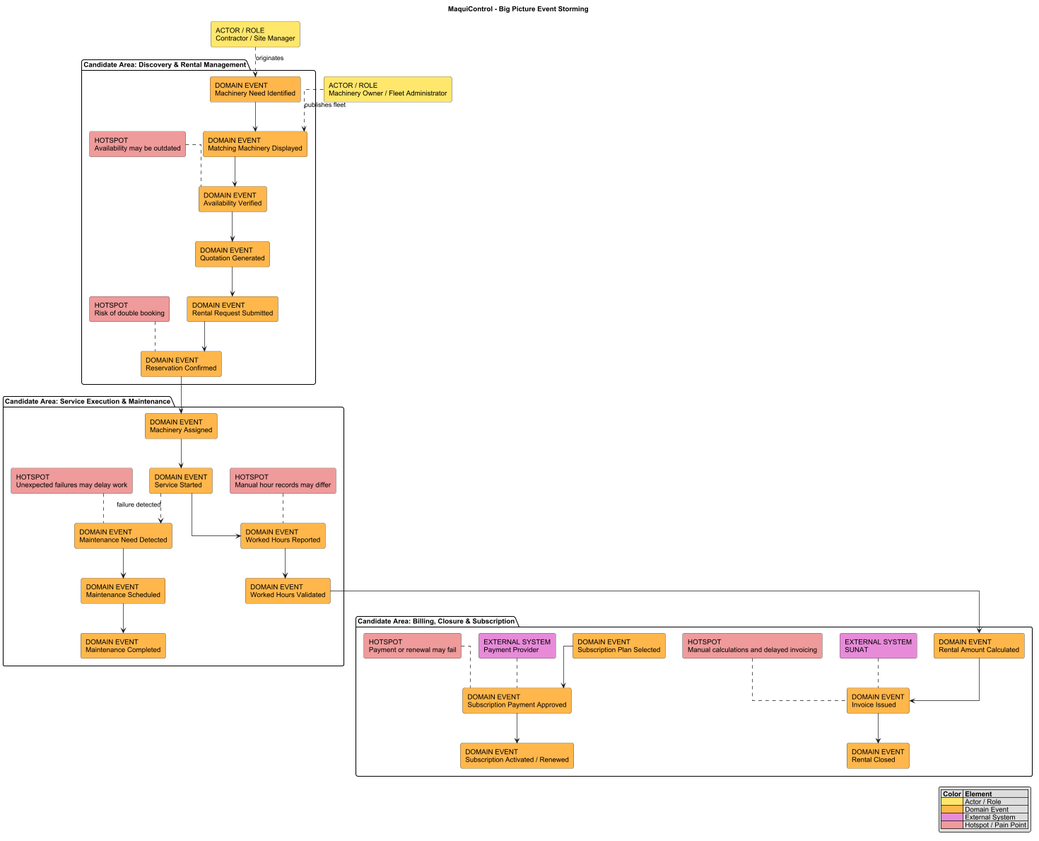
Above: assets/big-picture-event-storming.png in upc-pre-202620-1asi0729-7750-heavytech/maquicontrol-report (PlantUML), before the change. Its source is kept beside it as docs/architecture/event-storming/big-picture-event-storming.puml.
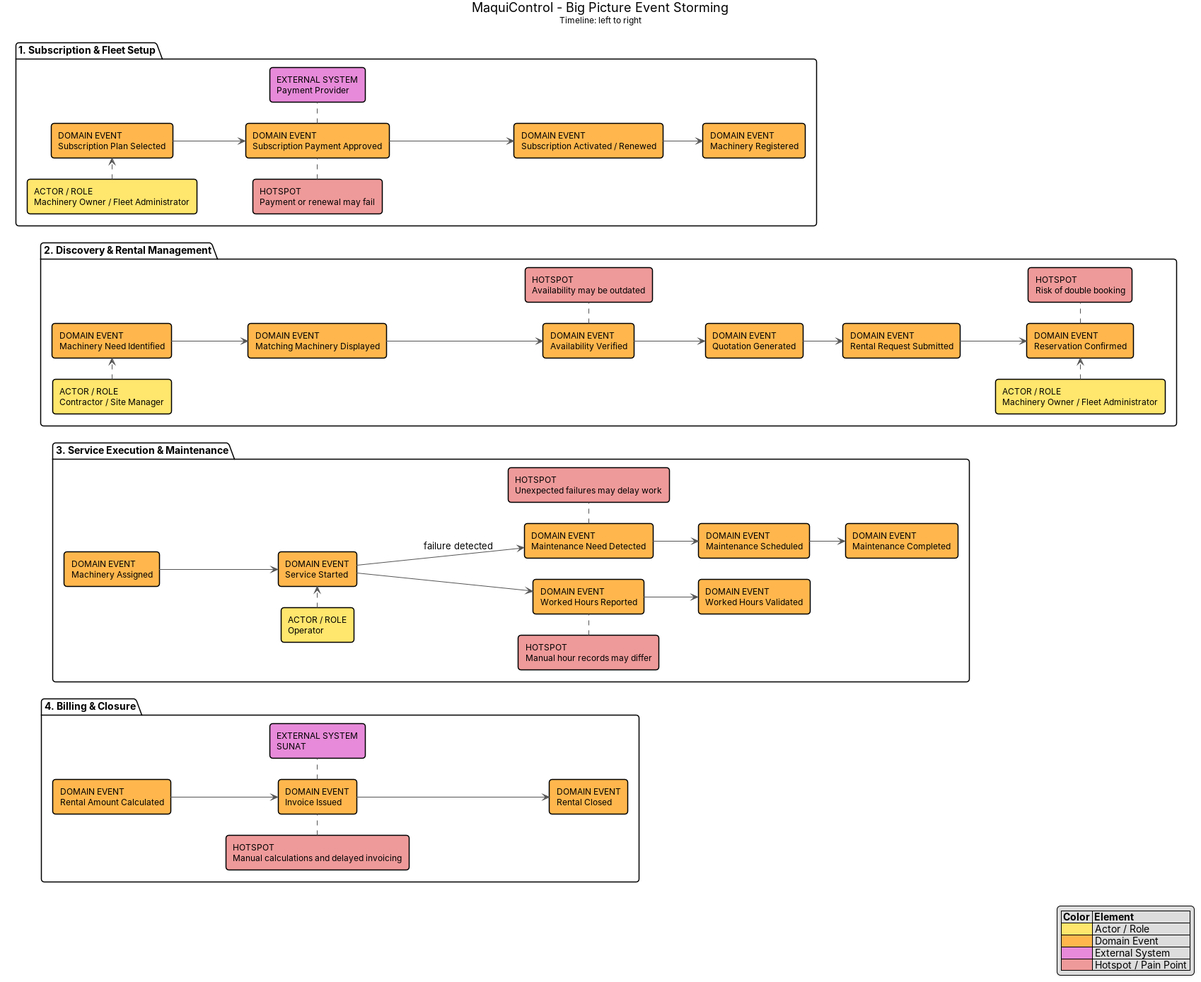
The same diagram one commit later.

The edit, as a diff of the source:
```diff
@@ -1,28 +1,26 @@
 @startuml
-title MaquiControl - Big Picture Event Storming
+title MaquiControl - Big Picture Event Storming\n<size:12>Timeline: left to right</size>
 
-top to bottom direction
+left to right direction
 skinparam shadowing false
 skinparam roundcorner 8
 skinparam defaultFontName Arial
-skinparam linetype ortho
+skinparam rectangleFontSize 12
+skinparam ArrowColor #555555
+skinparam nodesep 30
+skinparam ranksep 40
 
-rectangle "ACTOR / ROLE\nContractor / Site Manager" as ACT_CONTRACTOR #FFE66D
-rectangle "ACTOR / ROLE\nMachinery Owner / Fleet Administrator" as ACT_OWNER #FFE66D
 
-package "Candidate Area: Discovery & Rental Management" {
-  rectangle "DOMAIN EVENT\nMachinery Need Identified" as EVT_NEED #FFB74D
-  rectangle "DOMAIN EVENT\nMatching Machinery Displayed" as EVT_MATCHED #FFB74D
-  rectangle "DOMAIN EVENT\nAvailability Verified" as EVT_AVAILABLE #FFB74D
-  rectangle "DOMAIN EVENT\nQuotation Generated" as EVT_QUOTED #FFB74D
-  rectangle "DOMAIN EVENT\nRental Request Submitted" as EVT_REQUESTED #FFB74D
-  rectangle "DOMAIN EVENT\nReservation Confirmed" as EVT_RESERVED #FFB74D
-
-  rectangle "HOTSPOT\nAvailability may be outdated" as HOT_AVAILABILITY #EF9A9A
-  rectangle "HOTSPOT\nRisk of double booking" as HOT_DOUBLE #EF9A9A
+package "4. Billing & Closure" {
+  rectangle "DOMAIN EVENT\nRental Amount Calculated" as EVT_AMOUNT #FFB74D
+  rectangle "DOMAIN EVENT\nInvoice Issued" as EVT_INVOICE #FFB74D
+  rectangle "DOMAIN EVENT\nRental Closed" as EVT_CLOSED #FFB74D
+  rectangle "EXTERNAL SYSTEM\nSUNAT" as EXT_SUNAT #E78AD9
+  rectangle "HOTSPOT\nManual calculations and delayed invoicing" as HOT_INVOICE #EF9A9A
 }
 
-package "Candidate Area: Service Execution & Maintenance" {
+package "3. Service Execution & Maintenance" {
+  rectangle "ACTOR / ROLE\nOperator" as ACT_OPERATOR #FFE66D
   rectangle "DOMAIN EVENT\nMachinery Assigned" as EVT_ASSIGNED #FFB74D
   rectangle "DOMAIN EVENT\nService Started" as EVT_STARTED #FFB74D
   rectangle "DOMAIN EVENT\nWorked Hours Reported" as EVT_HOURS_REPORTED #FFB74D
@@ -30,58 +28,65 @@
   rectangle "DOMAIN EVENT\nMaintenance Need Detected" as EVT_MAINTENANCE_NEED #FFB74D
   rectangle "DOMAIN EVENT\nMaintenance Scheduled" as EVT_MAINTENANCE_SCHEDULED #FFB74D
   rectangle "DOMAIN EVENT\nMaintenance Completed" as EVT_MAINTENANCE_COMPLETED #FFB74D
-
   rectangle "HOTSPOT\nManual hour records may differ" as HOT_HOURS #EF9A9A
   rectangle "HOTSPOT\nUnexpected failures may delay work" as HOT_FAILURE #EF9A9A
 }
 
-package "Candidate Area: Billing, Closure & Subscription" {
-  rectangle "DOMAIN EVENT\nRental Amount Calculated" as EVT_AMOUNT #FFB74D
-  rectangle "DOMAIN EVENT\nInvoice Issued" as EVT_INVOICE #FFB74D
-  rectangle "DOMAIN EVENT\nRental Closed" as EVT_CLOSED #FFB74D
+package "2. Discovery & Rental Management" {
+  rectangle "ACTOR / ROLE\nMachinery Owner / Fleet Administrator" as ACT_OWNER_2 #FFE66D
+  rectangle "ACTOR / ROLE\nContractor / Site Manager" as ACT_CONTRACTOR #FFE66D
+  rectangle "DOMAIN EVENT\nMachinery Need Identified" as EVT_NEED #FFB74D
+  rectangle "DOMAIN EVENT\nMatching Machinery Displayed" as EVT_MATCHED #FFB74D
+  rectangle "DOMAIN EVENT\nAvailability Verified" as EVT_AVAILABLE #FFB74D
+  rectangle "DOMAIN EVENT\nQuotation Generated" as EVT_QUOTED #FFB74D
+  rectangle "DOMAIN EVENT\nRental Request Submitted" as EVT_REQUESTED #FFB74D
+  rectangle "DOMAIN EVENT\nReservation Confirmed" as EVT_RESERVED #FFB74D
+  rectangle "HOTSPOT\nAvailability may be outdated" as HOT_AVAILABILITY #EF9A9A
+  rectangle "HOTSPOT\nRisk of double booking" as HOT_DOUBLE #EF9A9A
+}
+
+package "1. Subscription & Fleet Setup" {
+  rectangle "ACTOR / ROLE\nMachinery Owner / Fleet Administrator" as ACT_OWNER #FFE66D
   rectangle "DOMAIN EVENT\nSubscription Plan Selected" as EVT_PLAN #FFB74D
   rectangle "DOMAIN EVENT\nSubscription Payment Approved" as EVT_PAYMENT #FFB74D
   rectangle "DOMAIN EVENT\nSubscription Activated / Renewed" as EVT_SUBSCRIPTION #FFB74D
-
-  rectangle "EXTERNAL SYSTEM\nSUNAT" as EXT_SUNAT #E78AD9
+  rectangle "DOMAIN EVENT\nMachinery Registered" as EVT_MACHINERY #FFB74D
   rectangle "EXTERNAL SYSTEM\nPayment Provider" as EXT_PAYMENT #E78AD9
-
-  rectangle "HOTSPOT\nManual calculations and delayed invoicing" as HOT_INVOICE #EF9A9A
   rectangle "HOTSPOT\nPayment or renewal may fail" as HOT_PAYMENT #EF9A9A
 }
 
-ACT_CONTRACTOR ..> EVT_NEED : originates
-ACT_OWNER ..> EVT_MATCHED : publishes fleet
+EVT_AMOUNT --> EVT_INVOICE
+EVT_INVOICE --> EVT_CLOSED
+EXT_SUNAT .left. EVT_INVOICE
+HOT_INVOICE .right. EVT_INVOICE
 
+EVT_ASSIGNED --> EVT_STARTED
+ACT_OPERATOR .right.> EVT_STARTED
+EVT_STARTED --> EVT_HOURS_REPORTED
+EVT_HOURS_REPORTED --> EVT_HOURS_VALIDATED
+HOT_HOURS .right. EVT_HOURS_REPORTED
+EVT_STARTED --> EVT_MAINTENANCE_NEED : failure detected
+EVT_MAINTENANCE_NEED --> EVT_MAINTENANCE_SCHEDULED
+EVT_MAINTENANCE_SCHEDULED --> EVT_MAINTENANCE_COMPLETED
+HOT_FAILURE .left. EVT_MAINTENANCE_NEED
+
+ACT_CONTRACTOR .right.> EVT_NEED
 EVT_NEED --> EVT_MATCHED
 EVT_MATCHED --> EVT_AVAILABLE
 EVT_AVAILABLE --> EVT_QUOTED
 EVT_QUOTED --> EVT_REQUESTED
 EVT_REQUESTED --> EVT_RESERVED
-HOT_AVAILABILITY .. EVT_AVAILABLE
-HOT_DOUBLE .. EVT_RESERVED
+ACT_OWNER_2 .right.> EVT_RESERVED
+HOT_AVAILABILITY .left. EVT_AVAILABLE
+HOT_DOUBLE .left. EVT_RESERVED
 
-EVT_RESERVED --> EVT_ASSIGNED
-EVT_ASSIGNED --> EVT_STARTED
-EVT_STARTED --> EVT_HOURS_REPORTED
-EVT_HOURS_REPORTED --> EVT_HOURS_VALIDATED
-HOT_HOURS .. EVT_HOURS_REPORTED
+ACT_OWNER .right.> EVT_PLAN
+EVT_PLAN --> EVT_PAYMENT
+EVT_PAYMENT --> EVT_SUBSCRIPTION
+EVT_SUBSCRIPTION --> EVT_MACHINERY
+EXT_PAYMENT .left. EVT_PAYMENT
+HOT_PAYMENT .right. EVT_PAYMENT
 
-EVT_MAINTENANCE_NEED --> EVT_MAINTENANCE_SCHEDULED
-EVT_MAINTENANCE_SCHEDULED --> EVT_MAINTENANCE_COMPLETED
-HOT_FAILURE .. EVT_MAINTENANCE_NEED
-EVT_STARTED ..> EVT_MAINTENANCE_NEED : failure detected
-
-EVT_HOURS_VALIDATED --> EVT_AMOUNT
-EVT_AMOUNT --> EVT_INVOICE
-EXT_SUNAT .. EVT_INVOICE
-EVT_INVOICE --> EVT_CLOSED
-HOT_INVOICE .. EVT_INVOICE
-
-EVT_PLAN --> EVT_PAYMENT
-EXT_PAYMENT .. EVT_PAYMENT
-EVT_PAYMENT --> EVT_SUBSCRIPTION
-HOT_PAYMENT .. EVT_PAYMENT
 
 legend right
 |= Color |= Element |
```
